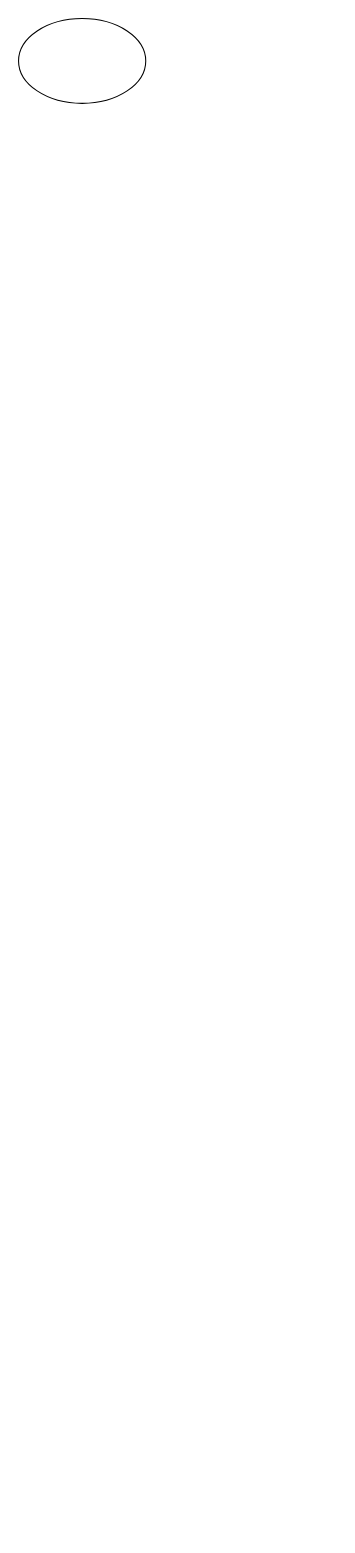
Earlier version of the draw.io diagram Untitled Diagram.drawio (allogrooming/smallBegin_temp). Source tidied: cells renumbered, new cells numbered last; positions are measured from the earlier drawing's top-left corner, leaving out a move shared by most shapes. Both pictures are drawn from the tidied source at 106%, with x=0, y=0 at pixel (18, 18).
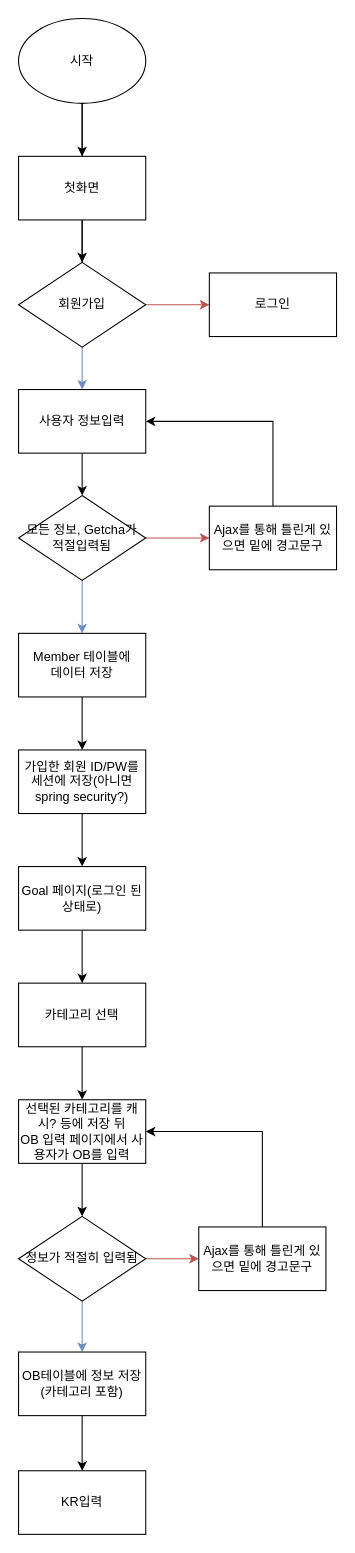
The same page after the edit.

What changed in the source:
```diff
@@
+    <mxCell id="3" style="edgeStyle=orthogonalEdgeStyle;rounded=0;jettySize=auto;html=1;" parent="1" edge="1" source="2" target="5">
+      <mxGeometry relative="1" as="geometry" />
+    </mxCell>
-    <mxCell id="2" style="ellipse;whiteSpace=wrap;html=1;" parent="1" vertex="1">
+    <mxCell id="2" value="시작" style="ellipse;whiteSpace=wrap;html=1;" parent="1" vertex="1">
       <mxGeometry width="120" height="80" as="geometry" />
     </mxCell>
+    <mxCell id="4" style="edgeStyle=orthogonalEdgeStyle;rounded=0;jettySize=auto;html=1;exitX=0.5;exitY=1;exitDx=0;exitDy=0;" parent="1" edge="1" source="5">
+      <mxGeometry relative="1" as="geometry">
+        <mxPoint x="60" y="230" as="targetPoint" />
+      </mxGeometry>
+    </mxCell>
+    <mxCell id="5" value="첫화면" style="rounded=0;whiteSpace=wrap;html=1;" parent="1" vertex="1">
+      <mxGeometry y="130" width="120" height="60" as="geometry" />
+    </mxCell>
+    <mxCell id="6" style="endArrow=none;html=1;entryX=0.5;entryY=1;entryDx=0;entryDy=0;" parent="1" edge="1" source="5" target="2">
+      <mxGeometry relative="1" as="geometry" />
+    </mxCell>
+    <mxCell id="7" style="edgeStyle=orthogonalEdgeStyle;rounded=0;jettySize=auto;html=1;exitX=1;exitY=0.5;exitDx=0;exitDy=0;fillColor=#f8cecc;strokeColor=#b85450;" parent="1" edge="1" source="9">
+      <mxGeometry relative="1" as="geometry">
+        <mxPoint x="180" y="270" as="targetPoint" />
+      </mxGeometry>
+    </mxCell>
+    <mxCell id="8" style="edgeStyle=orthogonalEdgeStyle;rounded=0;jettySize=auto;html=1;exitX=0.5;exitY=1;exitDx=0;exitDy=0;entryX=0.5;entryY=0;entryDx=0;entryDy=0;fillColor=#dae8fc;strokeColor=#6c8ebf;" parent="1" edge="1" source="9" target="13">
+      <mxGeometry relative="1" as="geometry" />
+    </mxCell>
+    <mxCell id="9" value="회원가입" style="rhombus;whiteSpace=wrap;html=1;" parent="1" vertex="1">
+      <mxGeometry y="230" width="120" height="80" as="geometry" />
+    </mxCell>
+    <mxCell id="10" style="endArrow=none;html=1;entryX=0.5;entryY=1;entryDx=0;entryDy=0;" parent="1" edge="1" source="9" target="5">
+      <mxGeometry relative="1" as="geometry" />
+    </mxCell>
+    <mxCell id="11" value="로그인" style="rounded=0;whiteSpace=wrap;html=1;" parent="1" vertex="1">
+      <mxGeometry x="180" y="240" width="120" height="60" as="geometry" />
+    </mxCell>
+    <mxCell id="12" style="edgeStyle=orthogonalEdgeStyle;rounded=0;jettySize=auto;html=1;exitX=0.5;exitY=1;exitDx=0;exitDy=0;entryX=0.5;entryY=0;entryDx=0;entryDy=0;" parent="1" edge="1" source="13" target="16">
+      <mxGeometry relative="1" as="geometry" />
+    </mxCell>
+    <mxCell id="13" value="사용자 정보입력" style="rounded=0;whiteSpace=wrap;html=1;" parent="1" vertex="1">
+      <mxGeometry y="350" width="120" height="60" as="geometry" />
+    </mxCell>
+    <mxCell id="14" style="edgeStyle=orthogonalEdgeStyle;rounded=0;jettySize=auto;html=1;exitX=1;exitY=0.5;exitDx=0;exitDy=0;fillColor=#f8cecc;strokeColor=#b85450;" parent="1" edge="1" source="16">
+      <mxGeometry relative="1" as="geometry">
+        <mxPoint x="180" y="490" as="targetPoint" />
+      </mxGeometry>
+    </mxCell>
+    <mxCell id="15" style="edgeStyle=orthogonalEdgeStyle;rounded=0;jettySize=auto;html=1;exitX=0.5;exitY=1;exitDx=0;exitDy=0;fillColor=#dae8fc;strokeColor=#6c8ebf;" parent="1" edge="1" source="16">
+      <mxGeometry relative="1" as="geometry">
+        <mxPoint x="60" y="580" as="targetPoint" />
+      </mxGeometry>
+    </mxCell>
+    <mxCell id="16" value="모든 정보, Getcha가 적절입력됨" style="rhombus;whiteSpace=wrap;html=1;" parent="1" vertex="1">
+      <mxGeometry y="450" width="120" height="80" as="geometry" />
+    </mxCell>
+    <mxCell id="17" style="edgeStyle=orthogonalEdgeStyle;rounded=0;jettySize=auto;html=1;exitX=0.5;exitY=0;exitDx=0;exitDy=0;entryX=1;entryY=0.5;entryDx=0;entryDy=0;" parent="1" edge="1" source="18" target="13">
+      <mxGeometry relative="1" as="geometry" />
+    </mxCell>
+    <mxCell id="18" value="Ajax를 통해 틀린게 있으면 밑에 경고문구" style="rounded=0;whiteSpace=wrap;html=1;" parent="1" vertex="1">
+      <mxGeometry x="180" y="460" width="120" height="60" as="geometry" />
+    </mxCell>
+    <mxCell id="19" style="edgeStyle=orthogonalEdgeStyle;rounded=0;jettySize=auto;html=1;exitX=0.5;exitY=1;exitDx=0;exitDy=0;entryX=0.5;entryY=0;entryDx=0;entryDy=0;" parent="1" edge="1" source="20" target="22">
+      <mxGeometry relative="1" as="geometry" />
+    </mxCell>
+    <mxCell id="20" value="Member 테이블에 &lt;br&gt;데이터 저장" style="rounded=0;whiteSpace=wrap;html=1;" parent="1" vertex="1">
+      <mxGeometry y="580" width="120" height="60" as="geometry" />
+    </mxCell>
+    <mxCell id="21" style="edgeStyle=orthogonalEdgeStyle;rounded=0;jettySize=auto;html=1;exitX=0.5;exitY=1;exitDx=0;exitDy=0;entryX=0.5;entryY=0;entryDx=0;entryDy=0;" parent="1" edge="1" source="22" target="24">
+      <mxGeometry relative="1" as="geometry" />
+    </mxCell>
+    <mxCell id="22" value="가입한 회원 ID/PW를 세션에 저장(아니면 spring security?)" style="rounded=0;whiteSpace=wrap;html=1;" parent="1" vertex="1">
+      <mxGeometry y="690" width="120" height="60" as="geometry" />
+    </mxCell>
+    <mxCell id="23" style="edgeStyle=orthogonalEdgeStyle;rounded=0;jettySize=auto;html=1;exitX=0.5;exitY=1;exitDx=0;exitDy=0;entryX=0.5;entryY=0;entryDx=0;entryDy=0;" parent="1" edge="1" source="24" target="26">
+      <mxGeometry relative="1" as="geometry" />
+    </mxCell>
+    <mxCell id="24" value="Goal 페이지(로그인 된 상태로)" style="rounded=0;whiteSpace=wrap;html=1;" parent="1" vertex="1">
+      <mxGeometry y="800" width="120" height="60" as="geometry" />
+    </mxCell>
+    <mxCell id="25" style="edgeStyle=orthogonalEdgeStyle;rounded=0;jettySize=auto;html=1;exitX=0.5;exitY=1;exitDx=0;exitDy=0;entryX=0.5;entryY=0;entryDx=0;entryDy=0;" parent="1" edge="1" source="26" target="28">
+      <mxGeometry relative="1" as="geometry" />
+    </mxCell>
+    <mxCell id="26" value="카테고리 선택" style="rounded=0;whiteSpace=wrap;html=1;" parent="1" vertex="1">
+      <mxGeometry y="910" width="120" height="60" as="geometry" />
+    </mxCell>
+    <mxCell id="27" style="edgeStyle=orthogonalEdgeStyle;rounded=0;jettySize=auto;html=1;exitX=0.5;exitY=1;exitDx=0;exitDy=0;entryX=0.5;entryY=0;entryDx=0;entryDy=0;" parent="1" edge="1" source="28" target="31">
+      <mxGeometry relative="1" as="geometry" />
+    </mxCell>
+    <mxCell id="28" value="선택된 카테고리를 캐시? 등에 저장 뒤 &lt;br&gt;OB 입력 페이지에서 사용자가 OB를 입력" style="rounded=0;whiteSpace=wrap;html=1;" parent="1" vertex="1">
+      <mxGeometry y="1020" width="120" height="60" as="geometry" />
+    </mxCell>
+    <mxCell id="29" style="edgeStyle=orthogonalEdgeStyle;rounded=0;jettySize=auto;html=1;exitX=1;exitY=0.5;exitDx=0;exitDy=0;entryX=0;entryY=0.5;entryDx=0;entryDy=0;fillColor=#f8cecc;strokeColor=#b85450;" parent="1" edge="1" source="31" target="33">
+      <mxGeometry relative="1" as="geometry" />
+    </mxCell>
+    <mxCell id="30" style="edgeStyle=orthogonalEdgeStyle;rounded=0;jettySize=auto;html=1;exitX=0.5;exitY=1;exitDx=0;exitDy=0;entryX=0.5;entryY=0;entryDx=0;entryDy=0;fillColor=#dae8fc;strokeColor=#6c8ebf;" parent="1" edge="1" source="31" target="35">
+      <mxGeometry relative="1" as="geometry" />
+    </mxCell>
+    <mxCell id="31" value="정보가 적절히 입력됨" style="rhombus;whiteSpace=wrap;html=1;" parent="1" vertex="1">
+      <mxGeometry y="1130" width="120" height="80" as="geometry" />
+    </mxCell>
+    <mxCell id="32" style="edgeStyle=orthogonalEdgeStyle;rounded=0;jettySize=auto;html=1;exitX=0.5;exitY=0;exitDx=0;exitDy=0;entryX=1;entryY=0.5;entryDx=0;entryDy=0;" parent="1" edge="1" source="33" target="28">
+      <mxGeometry relative="1" as="geometry" />
+    </mxCell>
+    <mxCell id="33" value="Ajax를 통해 틀린게 있으면 밑에 경고문구" style="rounded=0;whiteSpace=wrap;html=1;" parent="1" vertex="1">
+      <mxGeometry x="170" y="1140" width="120" height="60" as="geometry" />
+    </mxCell>
+    <mxCell id="34" style="edgeStyle=orthogonalEdgeStyle;rounded=0;jettySize=auto;html=1;exitX=0.5;exitY=1;exitDx=0;exitDy=0;entryX=0.5;entryY=0;entryDx=0;entryDy=0;" parent="1" edge="1" source="35" target="36">
+      <mxGeometry relative="1" as="geometry" />
+    </mxCell>
+    <mxCell id="35" value="OB테이블에 정보 저장(카테고리 포함)" style="rounded=0;whiteSpace=wrap;html=1;" parent="1" vertex="1">
+      <mxGeometry y="1258" width="120" height="60" as="geometry" />
+    </mxCell>
+    <mxCell id="36" value="KR입력" style="rounded=0;whiteSpace=wrap;html=1;" parent="1" vertex="1">
+      <mxGeometry y="1370" width="120" height="60" as="geometry" />
+    </mxCell>
```
